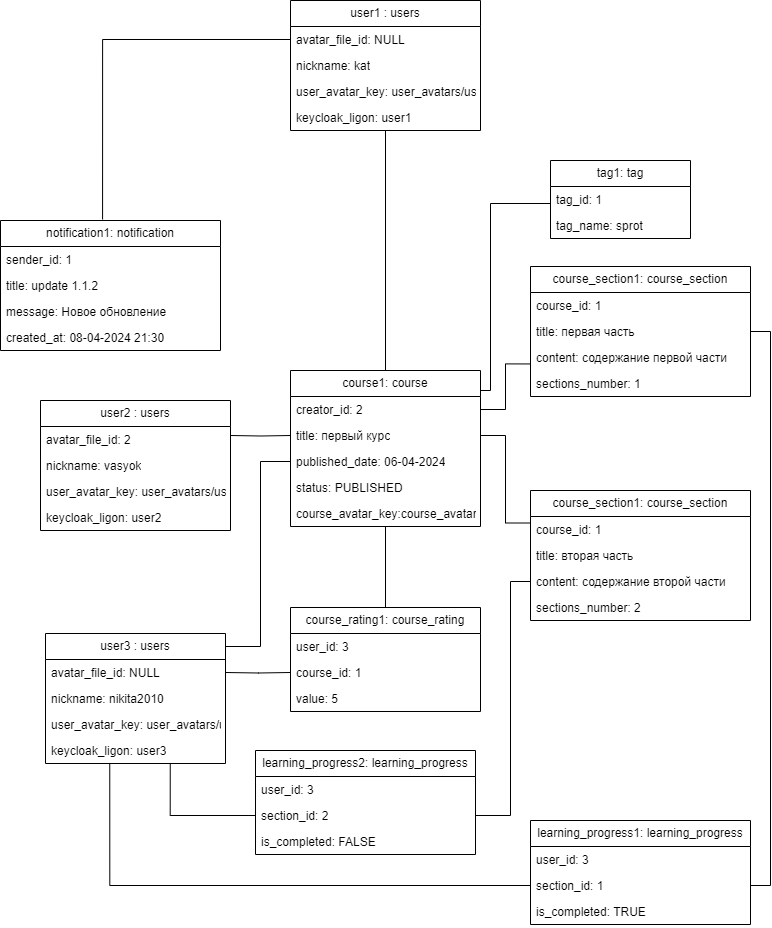
This is diagrams/Диаграмма объектов (Object diagram)/Диаграмма объектов.png from sahland/9.5-Team, a draw.io export, as it was before one commit. Source tidied: cells renumbered, new cells last; positions are measured from the earlier drawing's top-left corner, leaving out a move shared by most shapes.
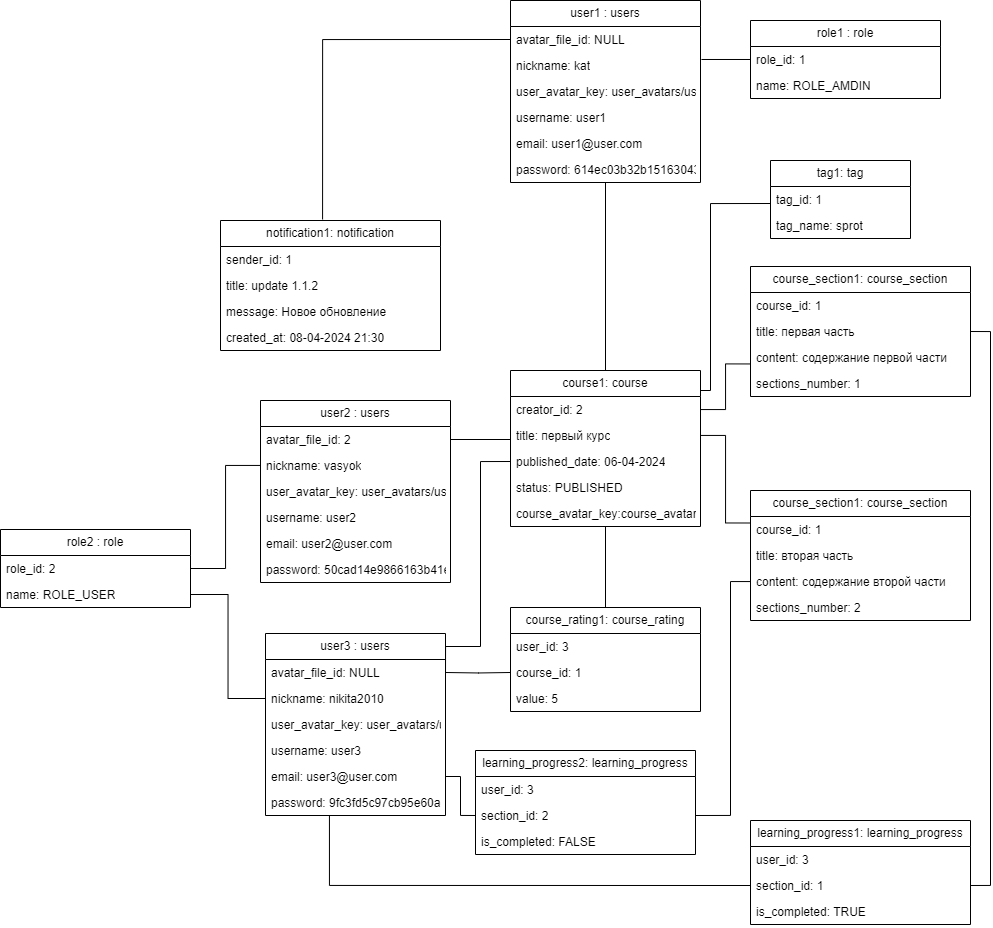
The same diagram one commit later.

Diff of the diagram source:
```diff
@@ -3,7 +3,7 @@
     <mxCell id="0" />
     <mxCell id="1" parent="0" />
     <mxCell id="2" value="user2 : users" style="swimlane;fontStyle=0;horizontal=1;startSize=26;fillColor=none;whiteSpace=wrap;html=1;" parent="1" vertex="1">
-      <mxGeometry x="40" y="400" width="190" height="130" as="geometry" />
+      <mxGeometry x="40" y="400" width="190" height="182" as="geometry" />
     </mxCell>
     <mxCell id="3" value="avatar_file_id: 2" style="text;strokeColor=none;fillColor=none;align=left;verticalAlign=top;spacingLeft=4;spacingRight=4;overflow=hidden;points=[[0,0.5],[1,0.5]];portConstraint=eastwest;whiteSpace=wrap;html=1;" parent="2" vertex="1">
       <mxGeometry y="26" width="190" height="26" as="geometry" />
@@ -14,9 +14,15 @@
     <mxCell id="5" value="user_avatar_key:&amp;nbsp;user_avatars/user_2_avatar.jpg" style="text;strokeColor=none;fillColor=none;align=left;verticalAlign=top;spacingLeft=4;spacingRight=4;overflow=hidden;whiteSpace=wrap;html=1;" parent="2" vertex="1">
       <mxGeometry y="78" width="190" height="26" as="geometry" />
     </mxCell>
-    <mxCell id="6" value="keycloak_ligon: user2" style="text;strokeColor=none;fillColor=none;align=left;verticalAlign=top;spacingLeft=4;spacingRight=4;overflow=hidden;whiteSpace=wrap;html=1;" parent="2" vertex="1">
+    <mxCell id="6" value="username: user2" style="text;strokeColor=none;fillColor=none;align=left;verticalAlign=top;spacingLeft=4;spacingRight=4;overflow=hidden;whiteSpace=wrap;html=1;" parent="2" vertex="1">
       <mxGeometry y="104" width="190" height="26" as="geometry" />
     </mxCell>
+    <mxCell id="66" value="email: user2@user.com" style="text;strokeColor=none;fillColor=none;align=left;verticalAlign=top;spacingLeft=4;spacingRight=4;overflow=hidden;whiteSpace=wrap;html=1;" parent="2" vertex="1">
+      <mxGeometry y="130" width="190" height="26" as="geometry" />
+    </mxCell>
+    <mxCell id="67" value="password:&amp;nbsp;50cad14e9866163b41e9d7ee96579b77" style="text;strokeColor=none;fillColor=none;align=left;verticalAlign=top;spacingLeft=4;spacingRight=4;overflow=hidden;whiteSpace=wrap;html=1;" parent="2" vertex="1">
+      <mxGeometry y="156" width="190" height="26" as="geometry" />
+    </mxCell>
     <mxCell id="7" style="edgeStyle=orthogonalEdgeStyle;rounded=0;jettySize=auto;html=1;entryX=0;entryY=0.654;entryDx=0;entryDy=0;endArrow=none;endFill=0;entryPerimeter=0;" parent="1" edge="1" source="8" target="64">
       <mxGeometry relative="1" as="geometry">
         <Array as="points">
@@ -43,11 +49,6 @@
     <mxCell id="13" value="course_avatar_key:course_avatars/course_1_avatar.jpg" style="text;strokeColor=none;fillColor=none;align=left;verticalAlign=top;spacingLeft=4;spacingRight=4;overflow=hidden;whiteSpace=wrap;html=1;" parent="8" vertex="1">
       <mxGeometry y="130" width="190" height="26" as="geometry" />
     </mxCell>
-    <mxCell id="14" style="edgeStyle=orthogonalEdgeStyle;rounded=0;jettySize=auto;html=1;endArrow=none;endFill=0;" parent="1" edge="1" target="10">
-      <mxGeometry relative="1" as="geometry">
-        <mxPoint x="230" y="435" as="sourcePoint" />
-      </mxGeometry>
-    </mxCell>
     <mxCell id="15" style="edgeStyle=orthogonalEdgeStyle;rounded=0;jettySize=auto;html=1;entryX=0;entryY=0.5;entryDx=0;entryDy=0;exitX=1;exitY=0.25;exitDx=0;exitDy=0;endArrow=none;endFill=0;" parent="1" edge="1" source="16" target="11">
       <mxGeometry relative="1" as="geometry">
         <Array as="points">
@@ -57,7 +58,7 @@
       </mxGeometry>
     </mxCell>
     <mxCell id="16" value="user3 : users" style="swimlane;fontStyle=0;horizontal=1;startSize=26;fillColor=none;whiteSpace=wrap;html=1;" parent="1" vertex="1">
-      <mxGeometry x="45" y="633" width="180" height="130" as="geometry" />
+      <mxGeometry x="45" y="633" width="180" height="182" as="geometry" />
     </mxCell>
     <mxCell id="17" value="avatar_file_id: NULL" style="text;strokeColor=none;fillColor=none;align=left;verticalAlign=top;spacingLeft=4;spacingRight=4;overflow=hidden;whiteSpace=wrap;html=1;" parent="16" vertex="1">
       <mxGeometry y="26" width="180" height="26" as="geometry" />
@@ -68,9 +69,15 @@
     <mxCell id="19" value="user_avatar_key:&amp;nbsp;user_avatars/user_3_avatar.jpg" style="text;strokeColor=none;fillColor=none;align=left;verticalAlign=top;spacingLeft=4;spacingRight=4;overflow=hidden;whiteSpace=wrap;html=1;" parent="16" vertex="1">
       <mxGeometry y="78" width="180" height="26" as="geometry" />
     </mxCell>
-    <mxCell id="20" value="keycloak_ligon: user3" style="text;strokeColor=none;fillColor=none;align=left;verticalAlign=top;spacingLeft=4;spacingRight=4;overflow=hidden;points=[[0,0.5],[1,0.5]];portConstraint=eastwest;whiteSpace=wrap;html=1;" parent="16" vertex="1">
+    <mxCell id="20" value="username: user3" style="text;strokeColor=none;fillColor=none;align=left;verticalAlign=top;spacingLeft=4;spacingRight=4;overflow=hidden;points=[[0,0.5],[1,0.5]];portConstraint=eastwest;whiteSpace=wrap;html=1;" parent="16" vertex="1">
       <mxGeometry y="104" width="180" height="26" as="geometry" />
     </mxCell>
+    <mxCell id="68" value="email: user3@user.com" style="text;strokeColor=none;fillColor=none;align=left;verticalAlign=top;spacingLeft=4;spacingRight=4;overflow=hidden;points=[[0,0.5],[1,0.5]];portConstraint=eastwest;whiteSpace=wrap;html=1;" parent="16" vertex="1">
+      <mxGeometry y="130" width="180" height="26" as="geometry" />
+    </mxCell>
+    <mxCell id="69" value="password:&amp;nbsp;9fc3fd5c97cb95e60ae0d72a0fd456a4" style="text;strokeColor=none;fillColor=none;align=left;verticalAlign=top;spacingLeft=4;spacingRight=4;overflow=hidden;points=[[0,0.5],[1,0.5]];portConstraint=eastwest;whiteSpace=wrap;html=1;" parent="16" vertex="1">
+      <mxGeometry y="156" width="180" height="26" as="geometry" />
+    </mxCell>
     <mxCell id="21" style="edgeStyle=orthogonalEdgeStyle;rounded=0;jettySize=auto;html=1;entryX=0.5;entryY=1;entryDx=0;entryDy=0;endArrow=none;endFill=0;" parent="1" edge="1" source="22" target="8">
       <mxGeometry relative="1" as="geometry" />
     </mxCell>
@@ -167,22 +174,24 @@
         </Array>
       </mxGeometry>
     </mxCell>
-    <mxCell id="49" style="edgeStyle=orthogonalEdgeStyle;rounded=0;jettySize=auto;html=1;endArrow=none;endFill=0;exitX=0;exitY=0.5;exitDx=0;exitDy=0;entryX=0.357;entryY=1.021;entryDx=0;entryDy=0;entryPerimeter=0;" parent="1" edge="1" source="41" target="20">
+    <mxCell id="49" style="edgeStyle=orthogonalEdgeStyle;rounded=0;jettySize=auto;html=1;endArrow=none;endFill=0;exitX=0;exitY=0.5;exitDx=0;exitDy=0;entryX=0.355;entryY=1.006;entryDx=0;entryDy=0;entryPerimeter=0;" parent="1" edge="1" source="41" target="69">
       <mxGeometry relative="1" as="geometry">
         <Array as="points">
           <mxPoint x="109" y="885" />
+          <mxPoint x="109" y="815" />
         </Array>
       </mxGeometry>
     </mxCell>
-    <mxCell id="50" style="edgeStyle=orthogonalEdgeStyle;rounded=0;jettySize=auto;html=1;endArrow=none;endFill=0;exitX=0;exitY=0.5;exitDx=0;exitDy=0;entryX=0.693;entryY=1.021;entryDx=0;entryDy=0;entryPerimeter=0;" parent="1" edge="1" source="46" target="20">
+    <mxCell id="50" style="edgeStyle=orthogonalEdgeStyle;rounded=0;jettySize=auto;html=1;endArrow=none;endFill=0;exitX=0;exitY=0.5;exitDx=0;exitDy=0;entryX=1;entryY=0.5;entryDx=0;entryDy=0;" parent="1" edge="1" source="46" target="68">
       <mxGeometry relative="1" as="geometry">
         <Array as="points">
-          <mxPoint x="170" y="815" />
+          <mxPoint x="240" y="815" />
+          <mxPoint x="240" y="776" />
         </Array>
       </mxGeometry>
     </mxCell>
     <mxCell id="51" value="user1 : users" style="swimlane;fontStyle=0;horizontal=1;startSize=26;fillColor=none;whiteSpace=wrap;html=1;" parent="1" vertex="1">
-      <mxGeometry x="290" width="190" height="130" as="geometry" />
+      <mxGeometry x="290" width="190" height="182" as="geometry" />
     </mxCell>
     <mxCell id="52" value="avatar_file_id: NULL" style="text;strokeColor=none;fillColor=none;align=left;verticalAlign=top;spacingLeft=4;spacingRight=4;overflow=hidden;points=[[0,0.5],[1,0.5]];portConstraint=eastwest;whiteSpace=wrap;html=1;" parent="51" vertex="1">
       <mxGeometry y="26" width="190" height="26" as="geometry" />
@@ -193,9 +202,15 @@
     <mxCell id="54" value="user_avatar_key:&amp;nbsp;user_avatars/user_1_avatar.jpg" style="text;strokeColor=none;fillColor=none;align=left;verticalAlign=top;spacingLeft=4;spacingRight=4;overflow=hidden;whiteSpace=wrap;html=1;" parent="51" vertex="1">
       <mxGeometry y="78" width="190" height="26" as="geometry" />
     </mxCell>
-    <mxCell id="55" value="keycloak_ligon: user1" style="text;strokeColor=none;fillColor=none;align=left;verticalAlign=top;spacingLeft=4;spacingRight=4;overflow=hidden;whiteSpace=wrap;html=1;" parent="51" vertex="1">
+    <mxCell id="55" value="username: user1" style="text;strokeColor=none;fillColor=none;align=left;verticalAlign=top;spacingLeft=4;spacingRight=4;overflow=hidden;whiteSpace=wrap;html=1;" parent="51" vertex="1">
       <mxGeometry y="104" width="190" height="26" as="geometry" />
     </mxCell>
+    <mxCell id="70" value="email: user1@user.com" style="text;strokeColor=none;fillColor=none;align=left;verticalAlign=top;spacingLeft=4;spacingRight=4;overflow=hidden;whiteSpace=wrap;html=1;" parent="51" vertex="1">
+      <mxGeometry y="130" width="190" height="26" as="geometry" />
+    </mxCell>
+    <mxCell id="71" value="password:&amp;nbsp;614ec03b32b15163043829e909ab3c97" style="text;strokeColor=none;fillColor=none;align=left;verticalAlign=top;spacingLeft=4;spacingRight=4;overflow=hidden;whiteSpace=wrap;html=1;" parent="51" vertex="1">
+      <mxGeometry y="156" width="190" height="26" as="geometry" />
+    </mxCell>
     <mxCell id="56" style="edgeStyle=orthogonalEdgeStyle;rounded=0;jettySize=auto;html=1;entryX=0.5;entryY=0;entryDx=0;entryDy=0;endArrow=none;endFill=0;" parent="1" edge="1" source="51" target="8">
       <mxGeometry relative="1" as="geometry" />
     </mxCell>
@@ -230,5 +245,35 @@
     <mxCell id="65" value="tag_name: sprot" style="text;strokeColor=none;fillColor=none;align=left;verticalAlign=top;spacingLeft=4;spacingRight=4;overflow=hidden;whiteSpace=wrap;html=1;" parent="63" vertex="1">
       <mxGeometry y="52" width="140" height="26" as="geometry" />
     </mxCell>
+    <mxCell id="72" value="role2 : role" style="swimlane;fontStyle=0;horizontal=1;startSize=26;fillColor=none;whiteSpace=wrap;html=1;" parent="1" vertex="1">
+      <mxGeometry x="-220" y="529" width="190" height="78" as="geometry" />
+    </mxCell>
+    <mxCell id="73" value="role_id: 2" style="text;strokeColor=none;fillColor=none;align=left;verticalAlign=top;spacingLeft=4;spacingRight=4;overflow=hidden;points=[[0,0.5],[1,0.5]];portConstraint=eastwest;whiteSpace=wrap;html=1;" parent="72" vertex="1">
+      <mxGeometry y="26" width="190" height="26" as="geometry" />
+    </mxCell>
+    <mxCell id="74" value="name: ROLE_USER" style="text;strokeColor=none;fillColor=none;align=left;verticalAlign=top;spacingLeft=4;spacingRight=4;overflow=hidden;points=[[0,0.5],[1,0.5]];portConstraint=eastwest;whiteSpace=wrap;html=1;" parent="72" vertex="1">
+      <mxGeometry y="52" width="190" height="26" as="geometry" />
+    </mxCell>
+    <mxCell id="75" style="edgeStyle=orthogonalEdgeStyle;rounded=0;jettySize=auto;html=1;entryX=0;entryY=0.5;entryDx=0;entryDy=0;endArrow=none;endFill=0;" parent="1" edge="1" source="74" target="18">
+      <mxGeometry relative="1" as="geometry" />
+    </mxCell>
+    <mxCell id="76" value="role1 : role" style="swimlane;fontStyle=0;horizontal=1;startSize=26;fillColor=none;whiteSpace=wrap;html=1;" parent="1" vertex="1">
+      <mxGeometry x="530" y="20" width="190" height="78" as="geometry" />
+    </mxCell>
+    <mxCell id="77" value="role_id: 1" style="text;strokeColor=none;fillColor=none;align=left;verticalAlign=top;spacingLeft=4;spacingRight=4;overflow=hidden;points=[[0,0.5],[1,0.5]];portConstraint=eastwest;whiteSpace=wrap;html=1;" parent="76" vertex="1">
+      <mxGeometry y="26" width="190" height="26" as="geometry" />
+    </mxCell>
+    <mxCell id="78" value="name: ROLE_AMDIN" style="text;strokeColor=none;fillColor=none;align=left;verticalAlign=top;spacingLeft=4;spacingRight=4;overflow=hidden;whiteSpace=wrap;html=1;" parent="76" vertex="1">
+      <mxGeometry y="52" width="190" height="26" as="geometry" />
+    </mxCell>
+    <mxCell id="79" style="edgeStyle=orthogonalEdgeStyle;rounded=0;jettySize=auto;html=1;entryX=1;entryY=0.5;entryDx=0;entryDy=0;endArrow=none;endFill=0;" parent="1" edge="1" source="4" target="73">
+      <mxGeometry relative="1" as="geometry" />
+    </mxCell>
+    <mxCell id="80" style="edgeStyle=orthogonalEdgeStyle;rounded=0;jettySize=auto;html=1;entryX=-0.001;entryY=0.654;entryDx=0;entryDy=0;entryPerimeter=0;endArrow=none;endFill=0;" parent="1" edge="1" source="3" target="10">
+      <mxGeometry relative="1" as="geometry" />
+    </mxCell>
+    <mxCell id="81" style="edgeStyle=orthogonalEdgeStyle;rounded=0;jettySize=auto;html=1;entryX=1.005;entryY=0.269;entryDx=0;entryDy=0;entryPerimeter=0;endArrow=none;endFill=0;" parent="1" edge="1" source="77" target="53">
+      <mxGeometry relative="1" as="geometry" />
+    </mxCell>
   </root>
 </mxGraphModel>
```
